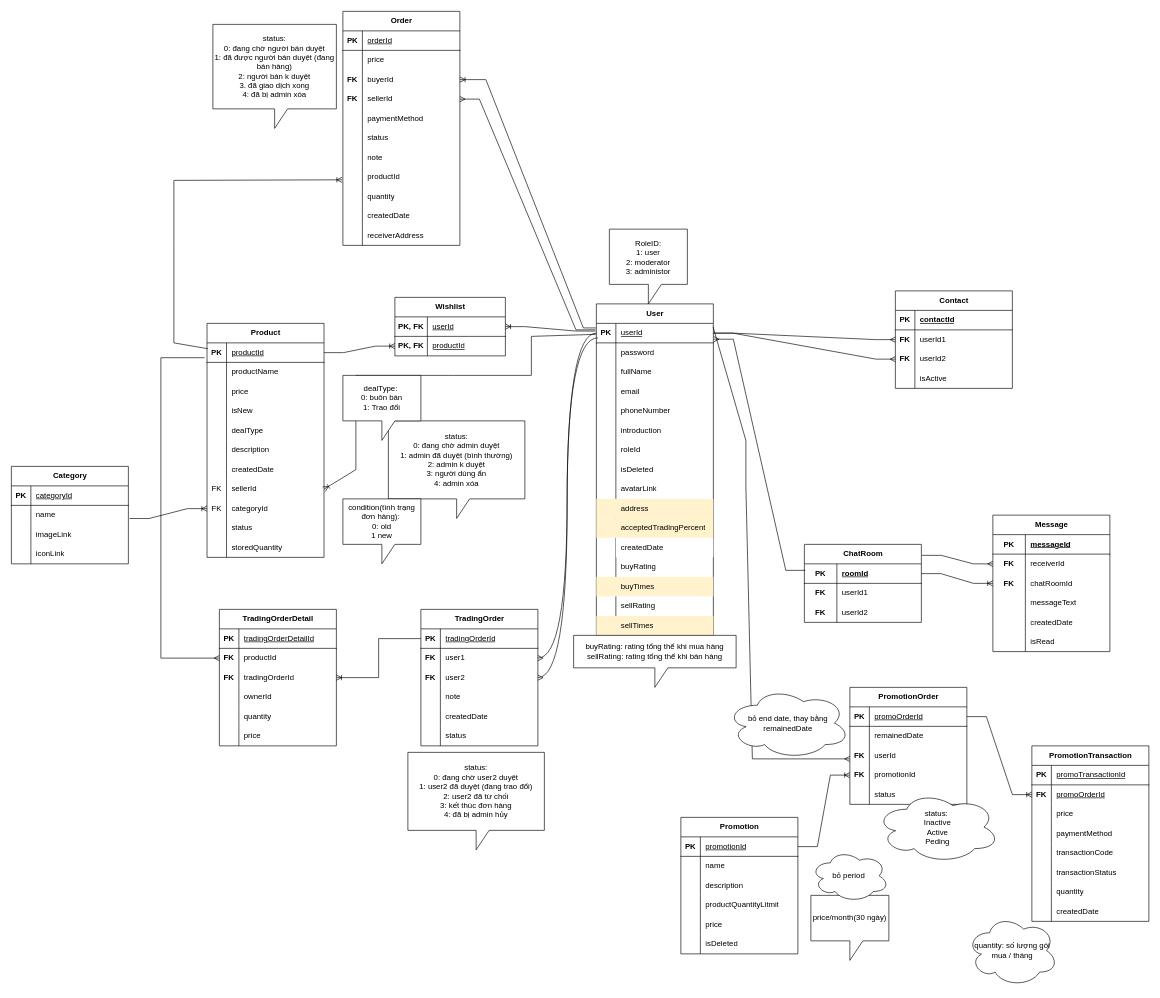
Before: document/ERDPhysic.drawio in annguyenbinh03/FUFleamarket, a draw.io diagram. Source tidied: cells renumbered, new cells numbered last; positions are measured from the earlier drawing's top-left corner, leaving out a move shared by most shapes. Both pictures are drawn from the tidied source at 65%, with x=0, y=0 at pixel (11, 11).
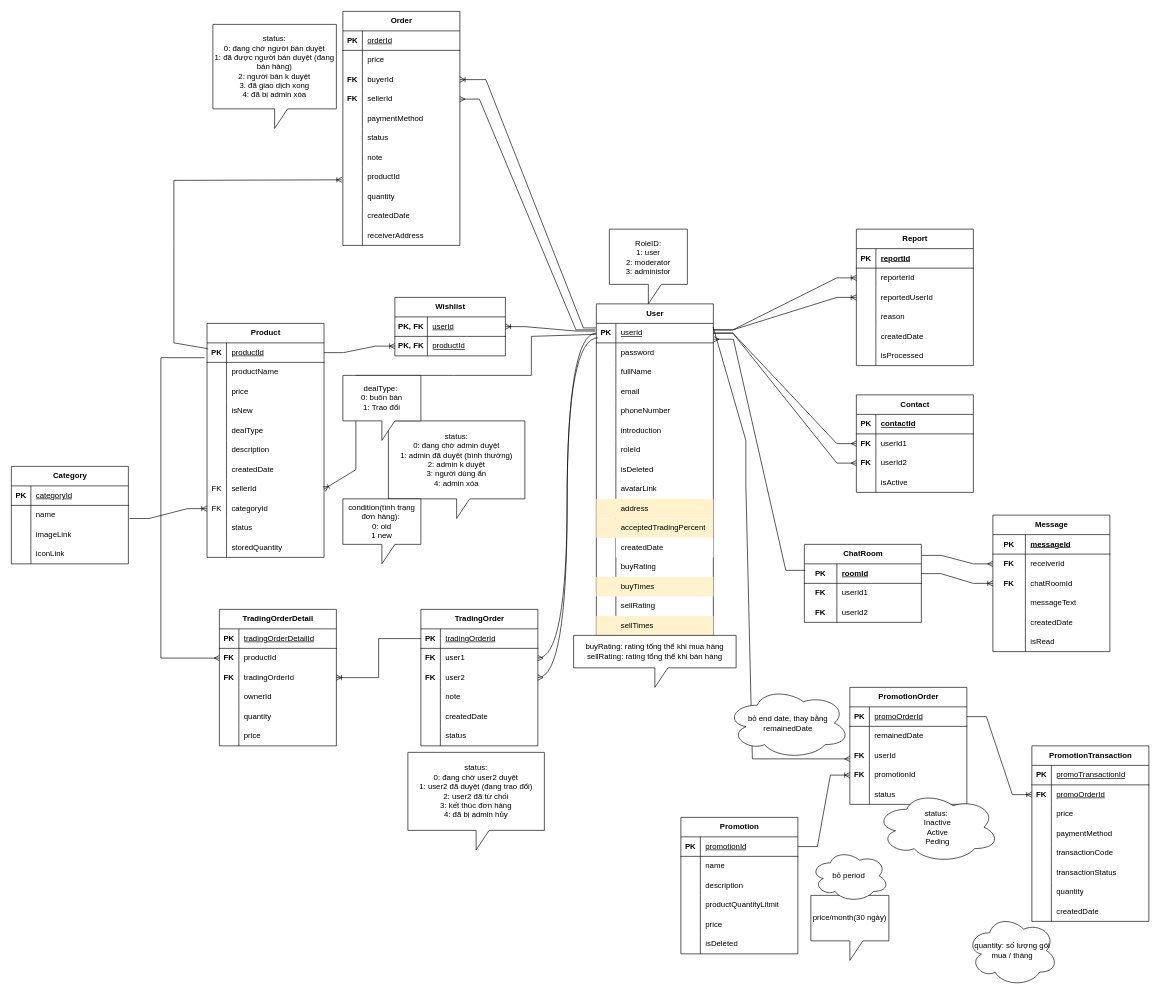
The same diagram, later.

Commit message (it also covers changes not shown here):
Database: Create table tReport

What changed in the source:
```diff
@@
     <mxCell id="290" value="Contact" style="shape=table;startSize=30;childLayout=tableLayout;rowLines=0;fontStyle=1;align=center;html=1;fillColor=none;" parent="1" vertex="1">
-      <mxGeometry x="1360" y="430" width="180" height="150" as="geometry" />
+      <mxGeometry x="1300" y="590" width="180" height="150" as="geometry" />
     </mxCell>
@@
+    <mxCell id="310" value="Report" style="shape=table;startSize=30;childLayout=tableLayout;rowLines=0;fontStyle=1;align=center;html=1;" parent="1" vertex="1">
+      <mxGeometry x="1300" y="335" width="180" height="210" as="geometry" />
+    </mxCell>
+    <mxCell id="311" style="shape=tableRow;horizontal=0;startSize=0;swimlaneHead=0;swimlaneBody=0;fillColor=none;top=0;left=0;right=0;bottom=1;" parent="310" vertex="1">
+      <mxGeometry y="30" width="180" height="30" as="geometry" />
+    </mxCell>
+    <mxCell id="312" value="PK" style="shape=partialRectangle;fillColor=none;top=0;left=0;bottom=0;right=0;fontStyle=1;overflow=hidden;whiteSpace=wrap;html=1;" parent="311" vertex="1">
+      <mxGeometry width="30" height="30" as="geometry" />
+    </mxCell>
+    <mxCell id="313" value="reportId" style="shape=partialRectangle;fillColor=none;top=0;left=0;bottom=0;right=0;align=left;spacingLeft=6;fontStyle=5;overflow=hidden;whiteSpace=wrap;html=1;" parent="311" vertex="1">
+      <mxGeometry x="30" width="150" height="30" as="geometry" />
+    </mxCell>
+    <mxCell id="314" style="shape=tableRow;horizontal=0;startSize=0;swimlaneHead=0;swimlaneBody=0;fillColor=none;points=[[0,0.5],[1,0.5]];portConstraint=eastwest;top=0;left=0;right=0;bottom=0;" parent="310" vertex="1">
+      <mxGeometry y="60" width="180" height="30" as="geometry" />
+    </mxCell>
+    <mxCell id="315" style="shape=partialRectangle;fillColor=none;top=0;left=0;bottom=0;right=0;overflow=hidden;whiteSpace=wrap;html=1;" parent="314" vertex="1">
+      <mxGeometry width="30" height="30" as="geometry" />
+    </mxCell>
+    <mxCell id="316" value="reporterId" style="shape=partialRectangle;fillColor=none;top=0;left=0;bottom=0;right=0;align=left;spacingLeft=6;overflow=hidden;whiteSpace=wrap;html=1;" parent="314" vertex="1">
+      <mxGeometry x="30" width="150" height="30" as="geometry" />
+    </mxCell>
+    <mxCell id="317" style="shape=tableRow;horizontal=0;startSize=0;swimlaneHead=0;swimlaneBody=0;fillColor=none;points=[[0,0.5],[1,0.5]];portConstraint=eastwest;top=0;left=0;right=0;bottom=0;" parent="310" vertex="1">
+      <mxGeometry y="90" width="180" height="30" as="geometry" />
+    </mxCell>
+    <mxCell id="318" style="shape=partialRectangle;fillColor=none;top=0;left=0;bottom=0;right=0;overflow=hidden;whiteSpace=wrap;html=1;" parent="317" vertex="1">
+      <mxGeometry width="30" height="30" as="geometry" />
+    </mxCell>
+    <mxCell id="319" value="reportedUserId" style="shape=partialRectangle;fillColor=none;top=0;left=0;bottom=0;right=0;align=left;spacingLeft=6;overflow=hidden;whiteSpace=wrap;html=1;" parent="317" vertex="1">
+      <mxGeometry x="30" width="150" height="30" as="geometry" />
+    </mxCell>
+    <mxCell id="320" style="shape=tableRow;horizontal=0;startSize=0;swimlaneHead=0;swimlaneBody=0;fillColor=none;top=0;left=0;right=0;bottom=0;" parent="310" vertex="1">
+      <mxGeometry y="120" width="180" height="30" as="geometry" />
+    </mxCell>
+    <mxCell id="321" style="shape=partialRectangle;fillColor=none;top=0;left=0;bottom=0;right=0;overflow=hidden;whiteSpace=wrap;html=1;" parent="320" vertex="1">
+      <mxGeometry width="30" height="30" as="geometry" />
+    </mxCell>
+    <mxCell id="322" value="reason" style="shape=partialRectangle;fillColor=none;top=0;left=0;bottom=0;right=0;align=left;spacingLeft=6;overflow=hidden;whiteSpace=wrap;html=1;" parent="320" vertex="1">
+      <mxGeometry x="30" width="150" height="30" as="geometry" />
+    </mxCell>
+    <mxCell id="323" style="shape=tableRow;horizontal=0;startSize=0;swimlaneHead=0;swimlaneBody=0;fillColor=none;top=0;left=0;right=0;bottom=0;" parent="310" vertex="1">
+      <mxGeometry y="150" width="180" height="30" as="geometry" />
+    </mxCell>
+    <mxCell id="324" style="shape=partialRectangle;fillColor=none;top=0;left=0;bottom=0;right=0;overflow=hidden;whiteSpace=wrap;html=1;" parent="323" vertex="1">
+      <mxGeometry width="30" height="30" as="geometry" />
+    </mxCell>
+    <mxCell id="325" value="createdDate" style="shape=partialRectangle;fillColor=none;top=0;left=0;bottom=0;right=0;align=left;spacingLeft=6;overflow=hidden;whiteSpace=wrap;html=1;" parent="323" vertex="1">
+      <mxGeometry x="30" width="150" height="30" as="geometry" />
+    </mxCell>
+    <mxCell id="326" style="shape=tableRow;horizontal=0;startSize=0;swimlaneHead=0;swimlaneBody=0;fillColor=none;top=0;left=0;right=0;bottom=0;" parent="310" vertex="1">
+      <mxGeometry y="180" width="180" height="30" as="geometry" />
+    </mxCell>
+    <mxCell id="327" style="shape=partialRectangle;fillColor=none;top=0;left=0;bottom=0;right=0;overflow=hidden;whiteSpace=wrap;html=1;" parent="326" vertex="1">
+      <mxGeometry width="30" height="30" as="geometry" />
+    </mxCell>
+    <mxCell id="328" value="isProcessed" style="shape=partialRectangle;fillColor=none;top=0;left=0;bottom=0;right=0;align=left;spacingLeft=6;overflow=hidden;whiteSpace=wrap;html=1;" parent="326" vertex="1">
+      <mxGeometry x="30" width="150" height="30" as="geometry" />
+    </mxCell>
+    <mxCell id="329" style="edgeStyle=entityRelationEdgeStyle;fontSize=12;html=1;endArrow=ERoneToMany;rounded=0;entryX=0;entryY=0.5;entryDx=0;entryDy=0;" parent="1" edge="1" target="314">
+      <mxGeometry relative="1" as="geometry">
+        <mxPoint x="1080" y="490" as="sourcePoint" />
+      </mxGeometry>
+    </mxCell>
+    <mxCell id="330" style="edgeStyle=entityRelationEdgeStyle;fontSize=12;html=1;endArrow=ERoneToMany;rounded=0;entryX=0;entryY=0.5;entryDx=0;entryDy=0;" parent="1" edge="1" target="317">
+      <mxGeometry relative="1" as="geometry">
+        <mxPoint x="1080" y="490" as="sourcePoint" />
+      </mxGeometry>
+    </mxCell>
```
